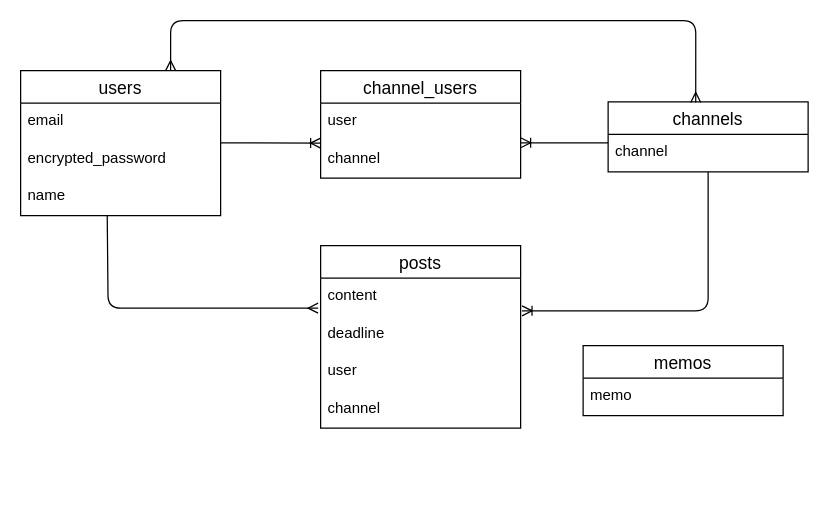
The draw.io diagram er_chart.dio in mk-67/work_stream, before the edit. Source tidied: cells renumbered, new cells numbered last; positions are measured from the earlier drawing's top-left corner, leaving out a move shared by most shapes. Both pictures are drawn from the tidied source at 125%, with x=0, y=0 at pixel (20, 20).
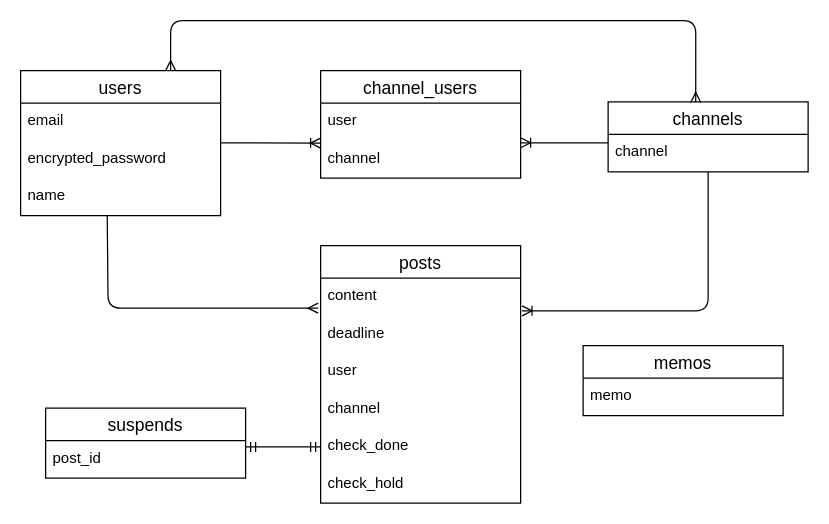
The same diagram, later.

The edit, as a diff of the source:
```diff
@@
     <mxCell id="8" value="posts" style="swimlane;fontStyle=0;horizontal=1;startSize=26;align=center;fontSize=14;" parent="1" vertex="1">
-      <mxGeometry x="240" y="180" width="160" height="146" as="geometry" />
+      <mxGeometry x="240" y="180" width="160" height="206" as="geometry" />
     </mxCell>
@@
+    <mxCell id="23" value="check_done" style="text;strokeColor=none;fillColor=none;spacingLeft=4;spacingRight=4;overflow=hidden;points=[[0,0.5],[1,0.5]];portConstraint=eastwest;fontSize=12;" parent="8" vertex="1">
+      <mxGeometry y="146" width="160" height="30" as="geometry" />
+    </mxCell>
+    <mxCell id="24" value="check_hold" style="text;strokeColor=none;fillColor=none;spacingLeft=4;spacingRight=4;overflow=hidden;fontSize=12;" parent="8" vertex="1">
+      <mxGeometry y="176" width="160" height="30" as="geometry" />
+    </mxCell>
@@
+    <mxCell id="25" value="suspends" style="swimlane;fontStyle=0;horizontal=1;startSize=26;align=center;fontSize=14;" parent="1" vertex="1">
+      <mxGeometry x="20" y="310" width="160" height="56" as="geometry" />
+    </mxCell>
+    <mxCell id="26" value="post_id" style="text;strokeColor=none;fillColor=none;spacingLeft=4;spacingRight=4;overflow=hidden;fontSize=12;" parent="25" vertex="1">
+      <mxGeometry y="26" width="160" height="30" as="geometry" />
+    </mxCell>
+    <mxCell id="27" style="fontSize=12;html=1;endArrow=ERmandOne;startArrow=ERmandOne;entryX=0;entryY=0.5;entryDx=0;entryDy=0;" parent="1" edge="1" target="23">
+      <mxGeometry relative="1" as="geometry">
+        <mxPoint x="180" y="341" as="sourcePoint" />
+      </mxGeometry>
+    </mxCell>
```
